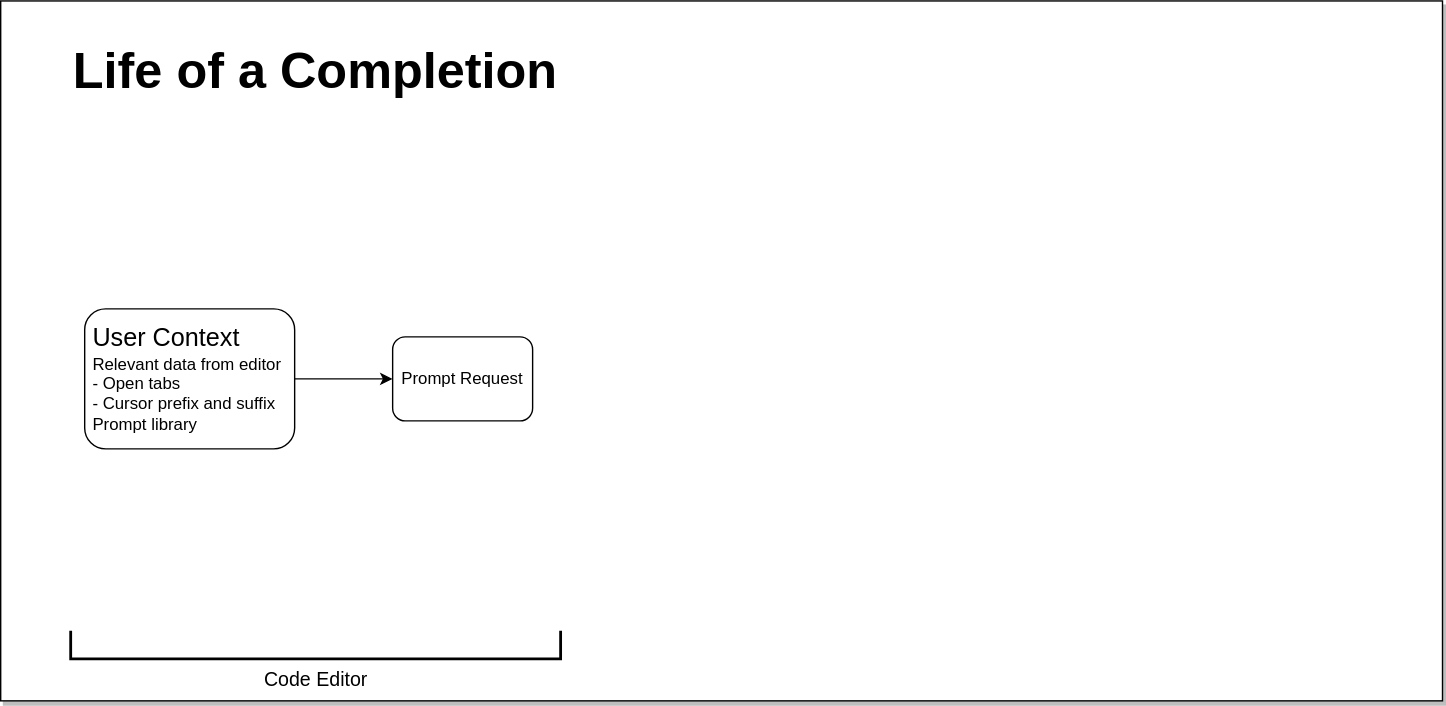
Before: docs/images/life-of-a-completion/life-of-a-completion-high-level-1.drawio.svg, a diagram exported from draw.io (hakoneriksson/gh-copilot-workshop). Source tidied: cells renumbered, new cells last; positions are measured from the earlier drawing's top-left corner, leaving out a move shared by most shapes. Its diagram source:
```xml
<mxGraphModel>
  <root>
    <mxCell id="0" />
    <mxCell id="1" parent="0" />
    <mxCell id="2" style="rounded=0;whiteSpace=wrap;html=1;shadow=1;" parent="1" vertex="1">
      <mxGeometry width="1030" height="500" as="geometry" />
    </mxCell>
    <mxCell id="3" value="Prompt Request" style="rounded=1;whiteSpace=wrap;html=1;" parent="1" vertex="1">
      <mxGeometry x="280" y="240" width="100" height="60" as="geometry" />
    </mxCell>
    <mxCell id="4" style="edgeStyle=elbowEdgeStyle;html=1;exitX=1;exitY=0.5;exitDx=0;exitDy=0;" parent="1" edge="1" source="5" target="3">
      <mxGeometry relative="1" as="geometry" />
    </mxCell>
    <mxCell id="5" value="&lt;font style=&quot;font-size: 18px;&quot;&gt;User Context&lt;/font&gt;&lt;br&gt;Relevant data from editor&lt;br&gt;&amp;nbsp; - Open tabs&lt;br&gt;&amp;nbsp; - Cursor prefix and suffix&lt;br&gt;Prompt library" style="rounded=1;whiteSpace=wrap;html=1;align=left;perimeterSpacing=0;strokeWidth=1;spacingTop=0;spacingLeft=4;" parent="1" vertex="1">
      <mxGeometry x="60" y="220" width="150" height="100" as="geometry" />
    </mxCell>
    <mxCell id="6" value="&lt;font style=&quot;font-size: 36px;&quot;&gt;Life of a Completion&lt;/font&gt;" style="text;strokeColor=none;fillColor=none;html=1;fontSize=24;fontStyle=1;verticalAlign=middle;align=left;" parent="1" vertex="1">
      <mxGeometry x="50" y="30" width="620" height="40" as="geometry" />
    </mxCell>
    <mxCell id="7" value="&lt;font style=&quot;font-size: 14px;&quot;&gt;Code Editor&lt;/font&gt;" style="strokeWidth=2;html=1;shape=mxgraph.flowchart.annotation_1;align=center;shadow=0;strokeColor=#000000;fontSize=12;fontColor=#000000;fillColor=#FFFFFF;direction=north;verticalAlign=top;labelPosition=center;verticalLabelPosition=bottom;" parent="1" vertex="1">
      <mxGeometry x="50" y="450" width="350" height="20" as="geometry" />
    </mxCell>
  </root>
</mxGraphModel>
```
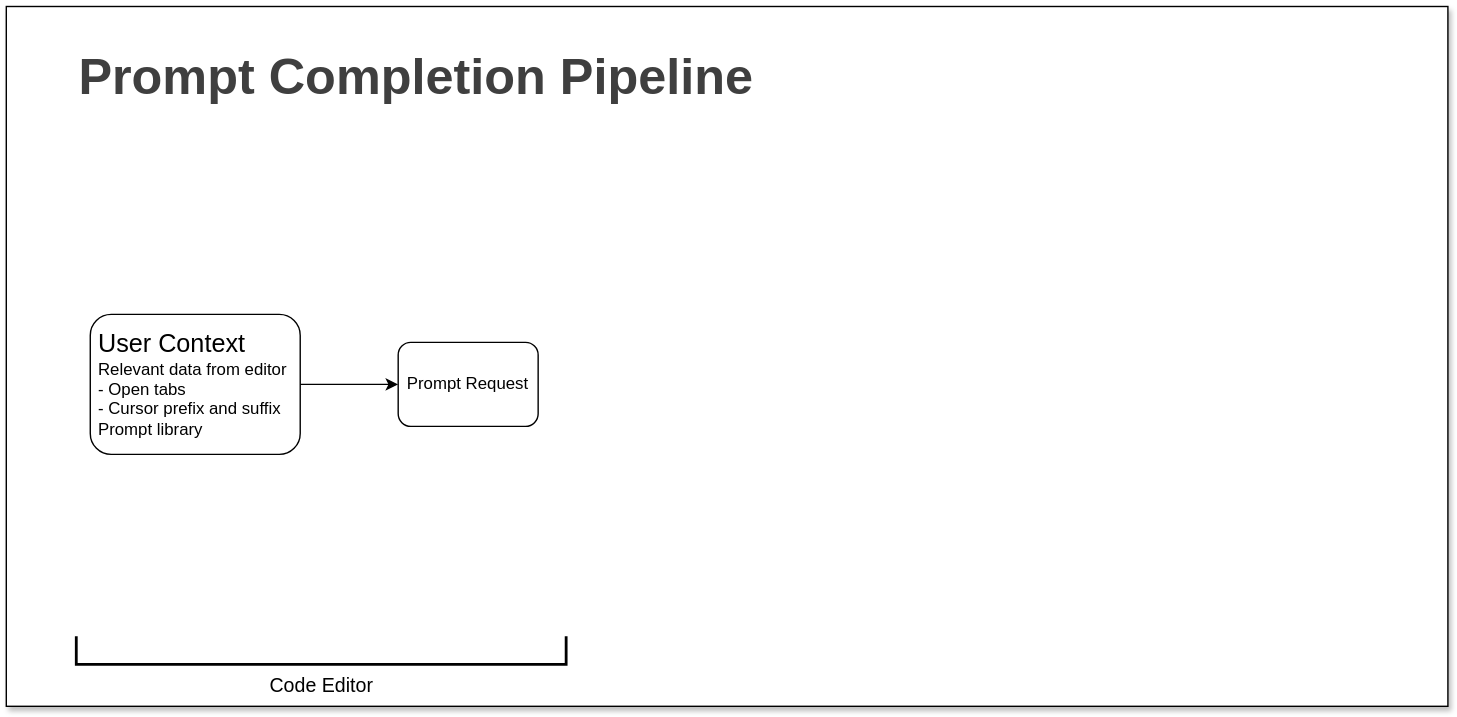
The same file after the commit.

The edit, as a diff of the source:
```diff
@@ -14,7 +14,7 @@
     <mxCell id="5" value="&lt;font style=&quot;font-size: 18px;&quot;&gt;User Context&lt;/font&gt;&lt;br&gt;Relevant data from editor&lt;br&gt;&amp;nbsp; - Open tabs&lt;br&gt;&amp;nbsp; - Cursor prefix and suffix&lt;br&gt;Prompt library" style="rounded=1;whiteSpace=wrap;html=1;align=left;perimeterSpacing=0;strokeWidth=1;spacingTop=0;spacingLeft=4;" parent="1" vertex="1">
       <mxGeometry x="60" y="220" width="150" height="100" as="geometry" />
     </mxCell>
-    <mxCell id="6" value="&lt;font style=&quot;font-size: 36px;&quot;&gt;Life of a Completion&lt;/font&gt;" style="text;strokeColor=none;fillColor=none;html=1;fontSize=24;fontStyle=1;verticalAlign=middle;align=left;" parent="1" vertex="1">
+    <mxCell id="6" value="&lt;span style=&quot;color: rgb(63, 63, 63); font-size: 36px;&quot;&gt;Prompt Completion Pipeline&lt;/span&gt;" style="text;strokeColor=none;fillColor=none;html=1;fontSize=24;fontStyle=1;verticalAlign=middle;align=left;" parent="1" vertex="1">
       <mxGeometry x="50" y="30" width="620" height="40" as="geometry" />
     </mxCell>
     <mxCell id="7" value="&lt;font style=&quot;font-size: 14px;&quot;&gt;Code Editor&lt;/font&gt;" style="strokeWidth=2;html=1;shape=mxgraph.flowchart.annotation_1;align=center;shadow=0;strokeColor=#000000;fontSize=12;fontColor=#000000;fillColor=#FFFFFF;direction=north;verticalAlign=top;labelPosition=center;verticalLabelPosition=bottom;" parent="1" vertex="1">
```
